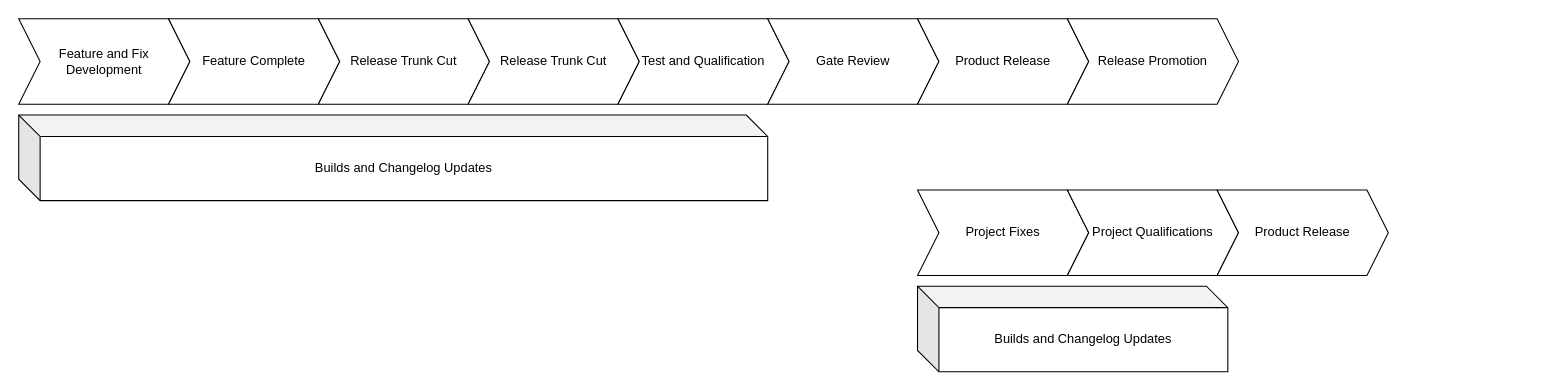
Earlier version of the draw.io diagram Untitled Diagram.drawio (damon-dischler/drawio-diagrams). Source tidied: cells renumbered, new cells numbered last; positions are measured from the earlier drawing's top-left corner, leaving out a move shared by most shapes. Both pictures are drawn from the tidied source at 107%, with x=0, y=0 at pixel (18, 18).
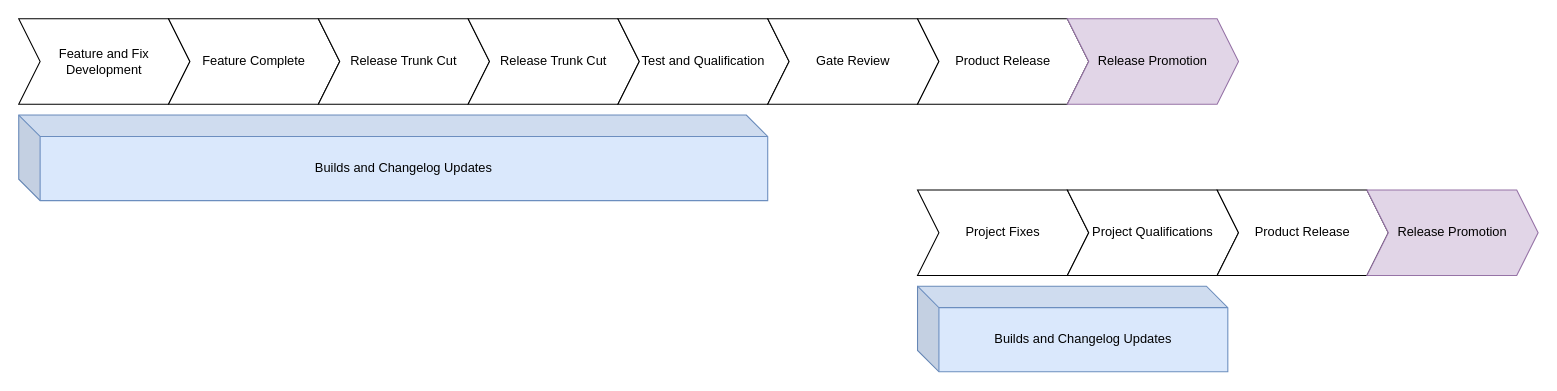
After the change.

Change to the diagram source:
```diff
@@
 <mxGraphModel>
   <root>
     <mxCell id="0" />
     <mxCell id="1" parent="0" />
     <mxCell id="2" value="Feature and Fix Development" style="shape=step;perimeter=stepPerimeter;whiteSpace=wrap;html=1;fixedSize=1;" parent="1" vertex="1">
       <mxGeometry width="160" height="80" as="geometry" />
     </mxCell>
     <mxCell id="3" value="Feature Complete" style="shape=step;perimeter=stepPerimeter;whiteSpace=wrap;html=1;fixedSize=1;" parent="1" vertex="1">
       <mxGeometry x="140" width="160" height="80" as="geometry" />
     </mxCell>
     <mxCell id="4" value="Release Trunk Cut" style="shape=step;perimeter=stepPerimeter;whiteSpace=wrap;html=1;fixedSize=1;" parent="1" vertex="1">
       <mxGeometry x="280" width="160" height="80" as="geometry" />
     </mxCell>
     <mxCell id="5" value="Release Trunk Cut" style="shape=step;perimeter=stepPerimeter;whiteSpace=wrap;html=1;fixedSize=1;" parent="1" vertex="1">
       <mxGeometry x="420" width="160" height="80" as="geometry" />
     </mxCell>
     <mxCell id="6" value="Test and Qualification" style="shape=step;perimeter=stepPerimeter;whiteSpace=wrap;html=1;fixedSize=1;" parent="1" vertex="1">
       <mxGeometry x="560" width="160" height="80" as="geometry" />
     </mxCell>
     <mxCell id="7" value="Gate Review" style="shape=step;perimeter=stepPerimeter;whiteSpace=wrap;html=1;fixedSize=1;" parent="1" vertex="1">
       <mxGeometry x="700" width="160" height="80" as="geometry" />
     </mxCell>
     <mxCell id="8" value="Product Release" style="shape=step;perimeter=stepPerimeter;whiteSpace=wrap;html=1;fixedSize=1;" parent="1" vertex="1">
       <mxGeometry x="840" width="160" height="80" as="geometry" />
     </mxCell>
     <mxCell id="9" value="Project Fixes" style="shape=step;perimeter=stepPerimeter;whiteSpace=wrap;html=1;fixedSize=1;" parent="1" vertex="1">
       <mxGeometry x="840" y="160" width="160" height="80" as="geometry" />
     </mxCell>
     <mxCell id="10" value="Project Qualifications" style="shape=step;perimeter=stepPerimeter;whiteSpace=wrap;html=1;fixedSize=1;" parent="1" vertex="1">
       <mxGeometry x="980" y="160" width="160" height="80" as="geometry" />
     </mxCell>
     <mxCell id="11" value="Product Release" style="shape=step;perimeter=stepPerimeter;whiteSpace=wrap;html=1;fixedSize=1;" parent="1" vertex="1">
       <mxGeometry x="1120" y="160" width="160" height="80" as="geometry" />
     </mxCell>
-    <mxCell id="12" value="Builds and Changelog Updates" style="shape=cube;whiteSpace=wrap;html=1;boundedLbl=1;backgroundOutline=1;darkOpacity=0.05;darkOpacity2=0.1;" parent="1" vertex="1">
+    <mxCell id="12" value="Builds and Changelog Updates" style="shape=cube;whiteSpace=wrap;html=1;boundedLbl=1;backgroundOutline=1;darkOpacity=0.05;darkOpacity2=0.1;fillColor=#dae8fc;strokeColor=#6c8ebf;" parent="1" vertex="1">
       <mxGeometry y="90" width="700" height="80" as="geometry" />
     </mxCell>
-    <mxCell id="13" value="Builds and Changelog Updates" style="shape=cube;whiteSpace=wrap;html=1;boundedLbl=1;backgroundOutline=1;darkOpacity=0.05;darkOpacity2=0.1;" parent="1" vertex="1">
+    <mxCell id="13" value="Builds and Changelog Updates" style="shape=cube;whiteSpace=wrap;html=1;boundedLbl=1;backgroundOutline=1;darkOpacity=0.05;darkOpacity2=0.1;fillColor=#dae8fc;strokeColor=#6c8ebf;" parent="1" vertex="1">
       <mxGeometry x="840" y="250" width="290" height="80" as="geometry" />
     </mxCell>
-    <mxCell id="14" value="Release Promotion" style="shape=step;perimeter=stepPerimeter;whiteSpace=wrap;html=1;fixedSize=1;" parent="1" vertex="1">
+    <mxCell id="14" value="Release Promotion" style="shape=step;perimeter=stepPerimeter;whiteSpace=wrap;html=1;fixedSize=1;fillColor=#e1d5e7;strokeColor=#9673a6;" parent="1" vertex="1">
       <mxGeometry x="980" width="160" height="80" as="geometry" />
     </mxCell>
+    <mxCell id="15" value="Release Promotion" style="shape=step;perimeter=stepPerimeter;whiteSpace=wrap;html=1;fixedSize=1;fillColor=#e1d5e7;strokeColor=#9673a6;" parent="1" vertex="1">
+      <mxGeometry x="1260" y="160" width="160" height="80" as="geometry" />
+    </mxCell>
   </root>
 </mxGraphModel>
```
